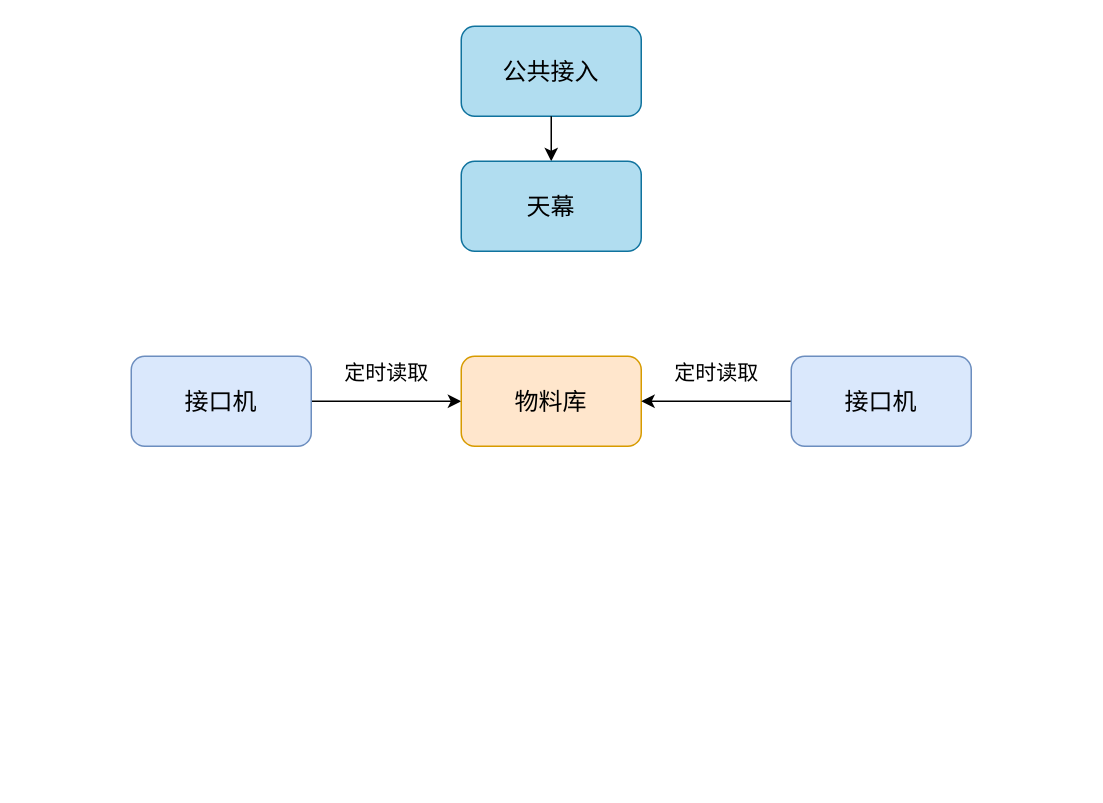
This is test.drawio from lewiskyo/test_git, a draw.io file, before an edit. Source tidied: cells renumbered, new cells numbered last; positions are measured from the earlier drawing's top-left corner, leaving out a move shared by most shapes. Both pictures are drawn from the tidied source at 150%, with x=0, y=0 at pixel (130, 26).
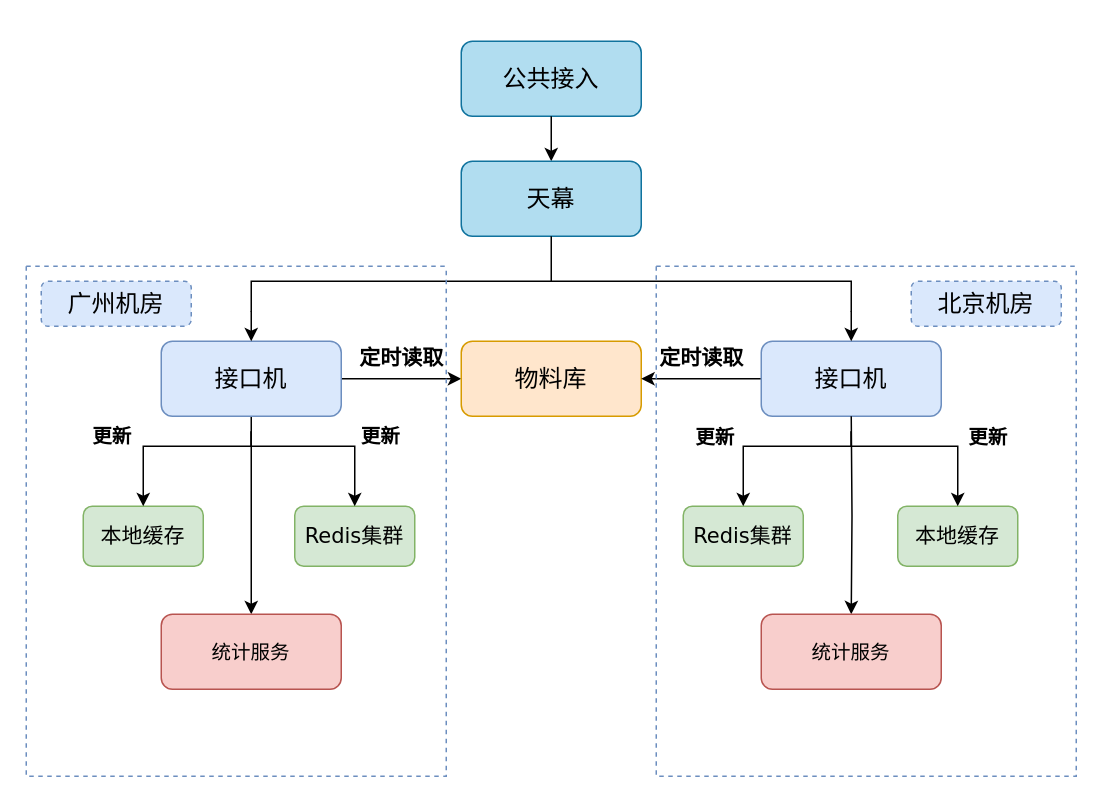
The same page after the edit.

Diff of the diagram source:
```diff
@@
     <mxCell id="2" value="&lt;font style=&quot;font-size: 16px;&quot;&gt;公共接入&lt;/font&gt;" style="rounded=1;whiteSpace=wrap;html=1;fillColor=#b1ddf0;strokeColor=#10739e;fontFamily=Verdana;" parent="1" vertex="1">
-      <mxGeometry x="220" width="120" height="60" as="geometry" />
+      <mxGeometry x="220" y="10" width="120" height="50" as="geometry" />
     </mxCell>
@@
     <mxCell id="4" value="天幕" style="rounded=1;whiteSpace=wrap;html=1;fontFamily=Verdana;fontSize=16;fillColor=#b1ddf0;strokeColor=#10739e;" parent="1" vertex="1">
-      <mxGeometry x="220" y="90" width="120" height="60" as="geometry" />
+      <mxGeometry x="220" y="90" width="120" height="50" as="geometry" />
     </mxCell>
@@
+    <mxCell id="12" style="edgeStyle=orthogonalEdgeStyle;rounded=0;jettySize=auto;html=1;fontFamily=Verdana;fontSize=13;" parent="1" edge="1" source="6" target="35">
+      <mxGeometry relative="1" as="geometry" />
+    </mxCell>
     <mxCell id="6" value="接口机" style="rounded=1;whiteSpace=wrap;html=1;fontFamily=Verdana;fontSize=16;fillColor=#dae8fc;strokeColor=#6c8ebf;" parent="1" vertex="1">
-      <mxGeometry y="220" width="120" height="60" as="geometry" />
+      <mxGeometry x="20" y="210" width="120" height="50" as="geometry" />
     </mxCell>
     <mxCell id="7" value="物料库" style="rounded=1;whiteSpace=wrap;html=1;fontFamily=Verdana;fontSize=16;fillColor=#ffe6cc;strokeColor=#d79b00;" parent="1" vertex="1">
-      <mxGeometry x="220" y="220" width="120" height="60" as="geometry" />
+      <mxGeometry x="220" y="210" width="120" height="50" as="geometry" />
     </mxCell>
+    <mxCell id="10" value="&lt;font style=&quot;font-size: 14px;&quot;&gt;&lt;b&gt;定时读取&lt;/b&gt;&lt;/font&gt;" style="text;strokeColor=none;fillColor=none;html=1;fontSize=16;fontStyle=0;verticalAlign=middle;align=center;fontFamily=Verdana;" parent="1" vertex="1">
+      <mxGeometry x="130" y="200" width="100" height="40" as="geometry" />
+    </mxCell>
+    <mxCell id="13" value="本地缓存" style="rounded=1;whiteSpace=wrap;html=1;fontFamily=Verdana;fontSize=14;fillColor=#d5e8d4;strokeColor=#82b366;" parent="1" vertex="1">
+      <mxGeometry x="-32" y="320" width="80" height="40" as="geometry" />
+    </mxCell>
+    <mxCell id="14" value="Redis集群" style="rounded=1;whiteSpace=wrap;html=1;fontFamily=Verdana;fontSize=14;fillColor=#d5e8d4;strokeColor=#82b366;" parent="1" vertex="1">
+      <mxGeometry x="109" y="320" width="80" height="40" as="geometry" />
+    </mxCell>
+    <mxCell id="15" value="&lt;span style=&quot;font-size: 13px;&quot;&gt;更新&lt;/span&gt;" style="text;strokeColor=none;fillColor=none;html=1;fontSize=24;fontStyle=1;verticalAlign=middle;align=center;fontFamily=Verdana;" parent="1" vertex="1">
+      <mxGeometry x="116" y="250" width="100" height="40" as="geometry" />
+    </mxCell>
+    <mxCell id="16" style="edgeStyle=segmentEdgeStyle;endArrow=classic;html=1;rounded=0;fontFamily=Verdana;fontSize=13;entryX=0.5;entryY=0;entryDx=0;entryDy=0;" parent="1" edge="1" target="13">
+      <mxGeometry relative="1" as="geometry">
+        <mxPoint x="80" y="270" as="sourcePoint" />
+        <Array as="points">
+          <mxPoint x="80" y="280" />
+          <mxPoint x="8" y="280" />
+        </Array>
+      </mxGeometry>
+    </mxCell>
+    <mxCell id="17" style="edgeStyle=segmentEdgeStyle;endArrow=classic;html=1;rounded=0;fontFamily=Verdana;fontSize=13;entryX=0.5;entryY=0;entryDx=0;entryDy=0;" parent="1" edge="1" target="14">
+      <mxGeometry relative="1" as="geometry">
+        <mxPoint x="80" y="270" as="sourcePoint" />
+        <Array as="points">
+          <mxPoint x="80" y="280" />
+          <mxPoint x="149" y="280" />
+        </Array>
+      </mxGeometry>
+    </mxCell>
+    <mxCell id="18" value="&lt;span style=&quot;font-size: 13px;&quot;&gt;更新&lt;/span&gt;" style="text;strokeColor=none;fillColor=none;html=1;fontSize=24;fontStyle=1;verticalAlign=middle;align=center;fontFamily=Verdana;" parent="1" vertex="1">
+      <mxGeometry x="-63" y="250" width="100" height="40" as="geometry" />
+    </mxCell>
-    <mxCell id="8" style="edgeStyle=orthogonalEdgeStyle;rounded=0;jettySize=auto;html=1;fontFamily=Verdana;fontSize=14;" parent="1" edge="1" source="9" target="7">
+    <mxCell id="8" style="edgeStyle=orthogonalEdgeStyle;rounded=0;jettySize=auto;html=1;fontFamily=Verdana;fontSize=13;" parent="1" edge="1" source="9" target="7">
       <mxGeometry relative="1" as="geometry" />
     </mxCell>
     <mxCell id="9" value="接口机" style="rounded=1;whiteSpace=wrap;html=1;fontFamily=Verdana;fontSize=16;fillColor=#dae8fc;strokeColor=#6c8ebf;" parent="1" vertex="1">
-      <mxGeometry x="440" y="220" width="120" height="60" as="geometry" />
+      <mxGeometry x="420" y="210" width="120" height="50" as="geometry" />
     </mxCell>
-    <mxCell id="10" value="&lt;font style=&quot;font-size: 14px;&quot;&gt;定时读取&lt;/font&gt;" style="text;strokeColor=none;fillColor=none;html=1;fontSize=16;fontStyle=0;verticalAlign=middle;align=center;fontFamily=Verdana;" parent="1" vertex="1">
-      <mxGeometry x="120" y="210" width="100" height="40" as="geometry" />
-    </mxCell>
-    <mxCell id="11" value="&lt;font style=&quot;font-size: 14px;&quot;&gt;定时读取&lt;/font&gt;" style="text;strokeColor=none;fillColor=none;html=1;fontSize=16;fontStyle=0;verticalAlign=middle;align=center;fontFamily=Verdana;" parent="1" vertex="1">
-      <mxGeometry x="340" y="210" width="100" height="40" as="geometry" />
+    <mxCell id="11" value="&lt;font style=&quot;font-size: 14px;&quot;&gt;&lt;b&gt;定时读取&lt;/b&gt;&lt;/font&gt;" style="text;strokeColor=none;fillColor=none;html=1;fontSize=16;fontStyle=0;verticalAlign=middle;align=center;fontFamily=Verdana;" parent="1" vertex="1">
+      <mxGeometry x="330" y="200" width="100" height="40" as="geometry" />
     </mxCell>
+    <mxCell id="19" style="edgeStyle=orthogonalEdgeStyle;rounded=0;jettySize=auto;html=1;fontFamily=Verdana;fontSize=13;" parent="1" edge="1" target="22">
+      <mxGeometry relative="1" as="geometry">
+        <mxPoint x="480" y="260" as="sourcePoint" />
+      </mxGeometry>
+    </mxCell>
+    <mxCell id="20" value="Redis集群" style="rounded=1;whiteSpace=wrap;html=1;fontFamily=Verdana;fontSize=14;fillColor=#d5e8d4;strokeColor=#82b366;" parent="1" vertex="1">
+      <mxGeometry x="368" y="320" width="80" height="40" as="geometry" />
+    </mxCell>
+    <mxCell id="21" value="本地缓存" style="rounded=1;whiteSpace=wrap;html=1;fontFamily=Verdana;fontSize=14;fillColor=#d5e8d4;strokeColor=#82b366;" parent="1" vertex="1">
+      <mxGeometry x="511" y="320" width="80" height="40" as="geometry" />
+    </mxCell>
+    <mxCell id="22" value="统计服务" style="rounded=1;whiteSpace=wrap;html=1;fontFamily=Verdana;fontSize=13;fillColor=#f8cecc;strokeColor=#b85450;" parent="1" vertex="1">
+      <mxGeometry x="420" y="392" width="120" height="50" as="geometry" />
+    </mxCell>
+    <mxCell id="23" style="edgeStyle=segmentEdgeStyle;endArrow=classic;html=1;rounded=0;fontFamily=Verdana;fontSize=13;entryX=0.5;entryY=0;entryDx=0;entryDy=0;" parent="1" edge="1" target="20">
+      <mxGeometry relative="1" as="geometry">
+        <mxPoint x="480" y="270" as="sourcePoint" />
+        <Array as="points">
+          <mxPoint x="480" y="280" />
+          <mxPoint x="408" y="280" />
+        </Array>
+      </mxGeometry>
+    </mxCell>
+    <mxCell id="24" style="edgeStyle=segmentEdgeStyle;endArrow=classic;html=1;rounded=0;fontFamily=Verdana;fontSize=13;entryX=0.5;entryY=0;entryDx=0;entryDy=0;" parent="1" edge="1" target="21">
+      <mxGeometry relative="1" as="geometry">
+        <mxPoint x="480" y="270" as="sourcePoint" />
+        <Array as="points">
+          <mxPoint x="480" y="280" />
+          <mxPoint x="551" y="280" />
+        </Array>
+      </mxGeometry>
+    </mxCell>
+    <mxCell id="25" value="&lt;span style=&quot;font-size: 13px;&quot;&gt;更新&lt;/span&gt;" style="text;strokeColor=none;fillColor=none;html=1;fontSize=24;fontStyle=1;verticalAlign=middle;align=center;fontFamily=Verdana;" parent="1" vertex="1">
+      <mxGeometry x="339" y="251" width="100" height="40" as="geometry" />
+    </mxCell>
+    <mxCell id="26" value="&lt;span style=&quot;font-size: 13px;&quot;&gt;更新&lt;/span&gt;" style="text;strokeColor=none;fillColor=none;html=1;fontSize=24;fontStyle=1;verticalAlign=middle;align=center;fontFamily=Verdana;" parent="1" vertex="1">
+      <mxGeometry x="521" y="251" width="100" height="40" as="geometry" />
+    </mxCell>
+    <mxCell id="27" style="edgeStyle=orthogonalEdgeStyle;rounded=0;jettySize=auto;html=1;exitX=1;exitY=0;exitDx=0;exitDy=0;entryX=0.5;entryY=0;entryDx=0;entryDy=0;fontFamily=Verdana;fontSize=13;" parent="1" edge="1" source="29" target="6">
+      <mxGeometry relative="1" as="geometry" />
+    </mxCell>
+    <mxCell id="28" style="edgeStyle=orthogonalEdgeStyle;rounded=0;jettySize=auto;html=1;exitX=0;exitY=0;exitDx=0;exitDy=0;entryX=0.5;entryY=0;entryDx=0;entryDy=0;fontFamily=Verdana;fontSize=13;" parent="1" edge="1" source="29" target="9">
+      <mxGeometry relative="1" as="geometry" />
+    </mxCell>
+    <mxCell id="29" style="shape=partialRectangle;whiteSpace=wrap;html=1;bottom=1;right=1;left=1;top=0;fillColor=none;routingCenterX=-0.5;fontFamily=Verdana;fontSize=13;direction=west;" parent="1" vertex="1">
+      <mxGeometry x="80" y="170" width="400" height="20" as="geometry" />
+    </mxCell>
+    <mxCell id="30" style="endArrow=none;html=1;rounded=0;fontFamily=Verdana;fontSize=13;exitX=0.5;exitY=1;exitDx=0;exitDy=0;entryX=0.5;entryY=1;entryDx=0;entryDy=0;" parent="1" edge="1" source="4" target="29">
+      <mxGeometry relative="1" as="geometry" />
+    </mxCell>
+    <mxCell id="31" style="swimlane;startSize=0;fontFamily=Verdana;fontSize=13;dashed=1;fillColor=#dae8fc;strokeColor=#6c8ebf;" parent="1" vertex="1">
+      <mxGeometry x="350" y="160" width="280" height="340" as="geometry" />
+    </mxCell>
+    <mxCell id="32" value="北京机房" style="rounded=1;whiteSpace=wrap;html=1;dashed=1;fontFamily=Verdana;fontSize=16;fillColor=#dae8fc;strokeColor=#6c8ebf;" parent="31" vertex="1">
+      <mxGeometry x="170" y="10" width="100" height="30" as="geometry" />
+    </mxCell>
+    <mxCell id="33" style="swimlane;startSize=0;fontFamily=Verdana;fontSize=13;dashed=1;fillColor=#dae8fc;strokeColor=#6c8ebf;" parent="1" vertex="1">
+      <mxGeometry x="-70" y="160" width="280" height="340" as="geometry" />
+    </mxCell>
+    <mxCell id="34" value="广州机房" style="rounded=1;whiteSpace=wrap;html=1;dashed=1;fontFamily=Verdana;fontSize=16;fillColor=#dae8fc;strokeColor=#6c8ebf;" parent="33" vertex="1">
+      <mxGeometry x="10" y="10" width="100" height="30" as="geometry" />
+    </mxCell>
+    <mxCell id="35" value="统计服务" style="rounded=1;whiteSpace=wrap;html=1;fontFamily=Verdana;fontSize=13;fillColor=#f8cecc;strokeColor=#b85450;" parent="33" vertex="1">
+      <mxGeometry x="90" y="232" width="120" height="50" as="geometry" />
+    </mxCell>
```
